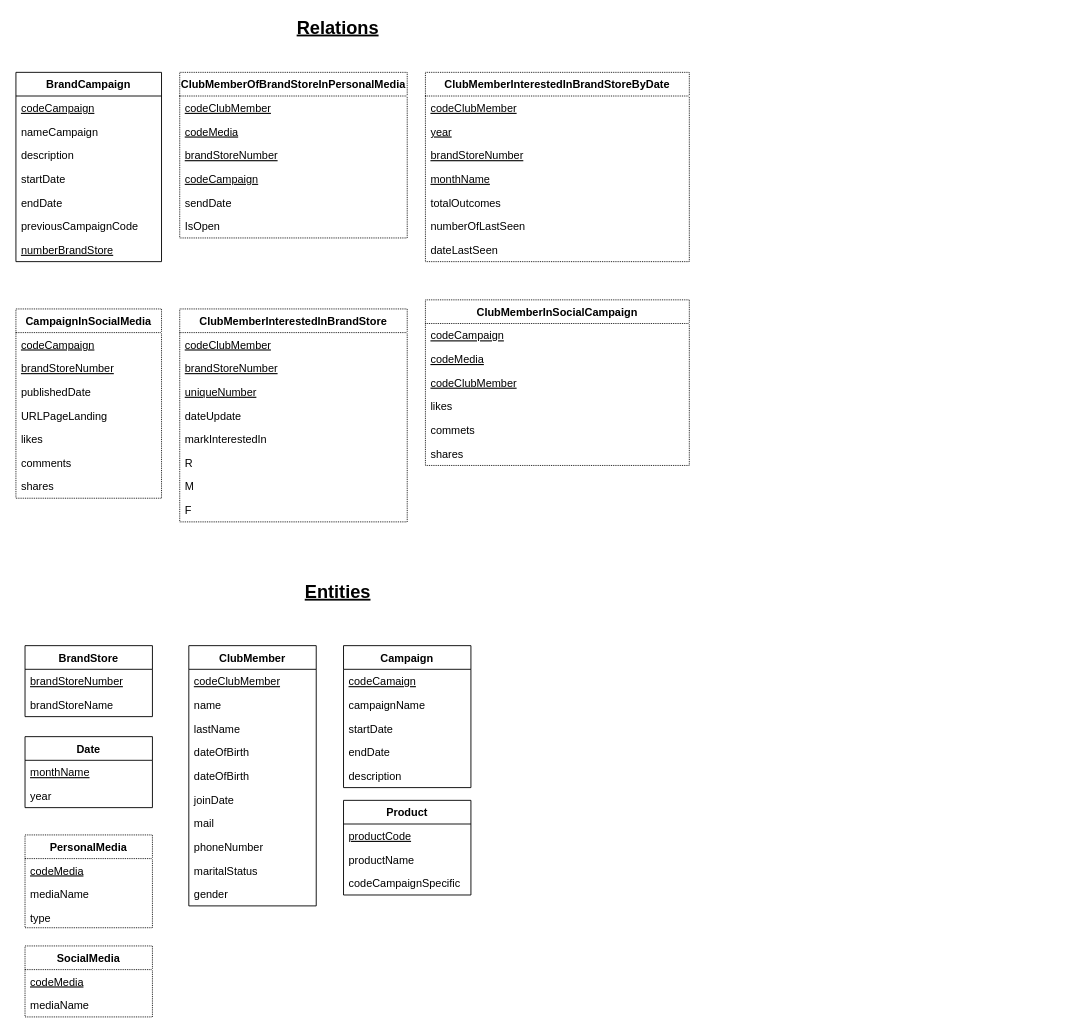
Kfir-G/DataBases-ERD_diagrams keeps this draw.io diagram as תרגיל בית 1 עד ה18.11/Tables_HW1.drawio. Above is the earlier version. Source tidied: cells renumbered, new cells numbered last; positions are measured from the earlier drawing's top-left corner, leaving out a move shared by most shapes. Both pictures are drawn from the tidied source at 91%, with x=0, y=0 at pixel (15, 17).
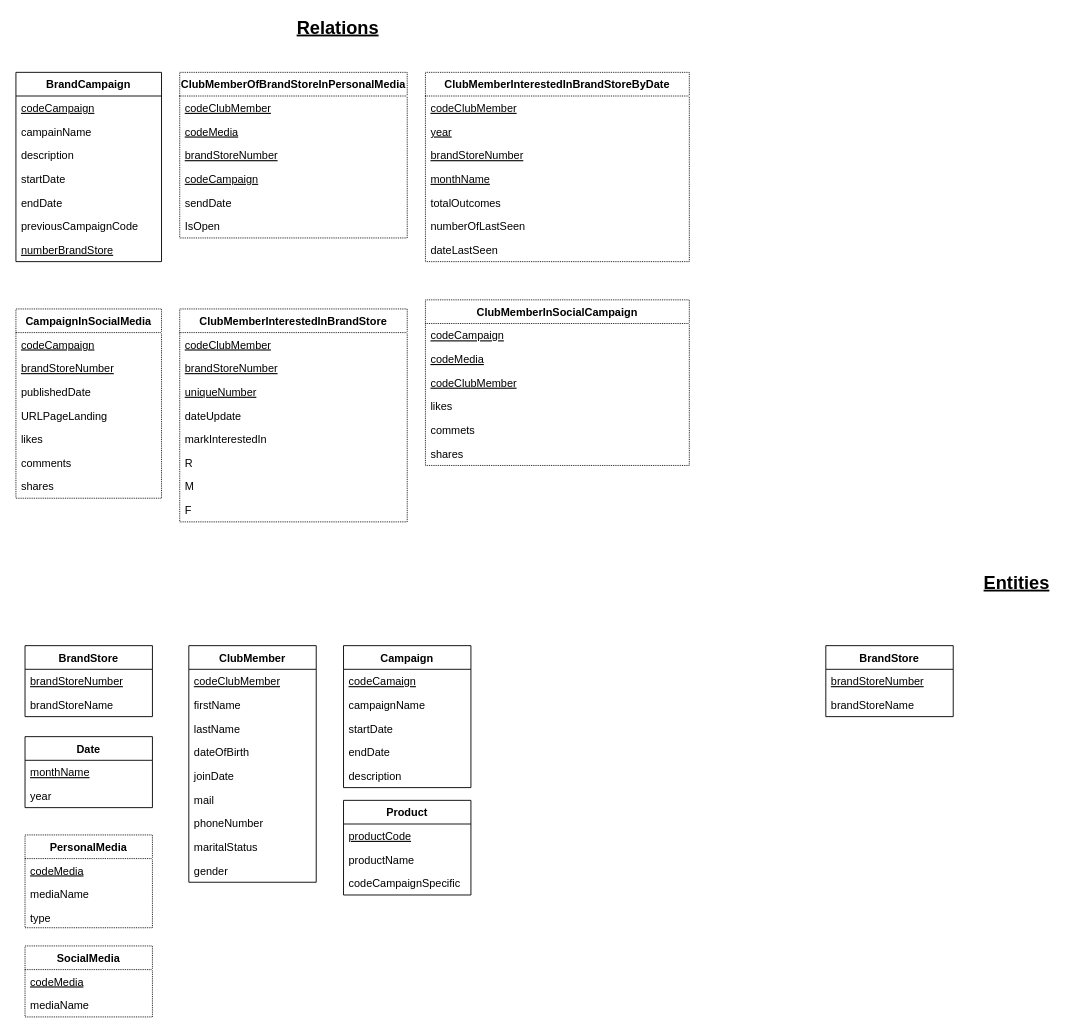
The same page after the edit.

The change refers to these unchanged cells:
```xml
<mxCell id="2" value="BrandCampaign" style="swimlane;fontStyle=1;align=center;verticalAlign=top;horizontal=1;startSize=26;" parent="1" vertex="1">
  <mxGeometry y="60" width="160" height="208" as="geometry" />
</mxCell>
```

Diff of the diagram source:
```diff
@@
-    <mxCell id="4" value="nameCampaign" style="text;strokeColor=none;fillColor=none;align=left;verticalAlign=top;spacingLeft=4;spacingRight=4;overflow=hidden;" parent="2" vertex="1">
+    <mxCell id="4" value="campainName" style="text;strokeColor=none;fillColor=none;align=left;verticalAlign=top;spacingLeft=4;spacingRight=4;overflow=hidden;" parent="2" vertex="1">
       <mxGeometry y="52" width="160" height="26" as="geometry" />
     </mxCell>
@@
     <mxCell id="50" value="&lt;font style=&quot;font-size: 20px&quot;&gt;&lt;u&gt;&lt;b&gt;Entities&lt;br&gt;&lt;/b&gt;&lt;/u&gt;&lt;/font&gt;" style="text;html=1;strokeColor=none;fillColor=none;align=center;verticalAlign=middle;whiteSpace=wrap;rounded=0;dashed=1;dashPattern=1 1;" parent="1" vertex="1">
-      <mxGeometry x="334" y="620" width="40" height="20" as="geometry" />
+      <mxGeometry x="1080" y="610" width="40" height="20" as="geometry" />
     </mxCell>
@@
     <mxCell id="54" value="ClubMember" style="swimlane;fontStyle=1;horizontal=1;startSize=26;fillColor=none;" parent="1" vertex="1">
-      <mxGeometry x="190" y="690" width="140" height="286" as="geometry" />
+      <mxGeometry x="190" y="690" width="140" height="260" as="geometry" />
     </mxCell>
@@
-    <mxCell id="56" value="name" style="text;strokeColor=none;fillColor=none;align=left;verticalAlign=top;spacingLeft=4;spacingRight=4;overflow=hidden;" parent="54" vertex="1">
+    <mxCell id="56" value="firstName" style="text;strokeColor=none;fillColor=none;align=left;verticalAlign=top;spacingLeft=4;spacingRight=4;overflow=hidden;" parent="54" vertex="1">
       <mxGeometry y="52" width="140" height="26" as="geometry" />
     </mxCell>
@@
-    <mxCell id="59" value="dateOfBirth" style="text;strokeColor=none;fillColor=none;align=left;verticalAlign=top;spacingLeft=4;spacingRight=4;overflow=hidden;" parent="54" vertex="1">
-      <mxGeometry y="130" width="140" height="26" as="geometry" />
-    </mxCell>
     <mxCell id="60" value="joinDate" style="text;strokeColor=none;fillColor=none;align=left;verticalAlign=top;spacingLeft=4;spacingRight=4;overflow=hidden;" parent="54" vertex="1">
-      <mxGeometry y="156" width="140" height="26" as="geometry" />
+      <mxGeometry y="130" width="140" height="26" as="geometry" />
     </mxCell>
     <mxCell id="61" value="mail" style="text;strokeColor=none;fillColor=none;align=left;verticalAlign=top;spacingLeft=4;spacingRight=4;overflow=hidden;" parent="54" vertex="1">
-      <mxGeometry y="182" width="140" height="26" as="geometry" />
+      <mxGeometry y="156" width="140" height="26" as="geometry" />
     </mxCell>
     <mxCell id="62" value="phoneNumber" style="text;strokeColor=none;fillColor=none;align=left;verticalAlign=top;spacingLeft=4;spacingRight=4;overflow=hidden;" parent="54" vertex="1">
-      <mxGeometry y="208" width="140" height="26" as="geometry" />
+      <mxGeometry y="182" width="140" height="26" as="geometry" />
     </mxCell>
     <mxCell id="63" value="maritalStatus" style="text;strokeColor=none;fillColor=none;align=left;verticalAlign=top;spacingLeft=4;spacingRight=4;overflow=hidden;" parent="54" vertex="1">
-      <mxGeometry y="234" width="140" height="26" as="geometry" />
+      <mxGeometry y="208" width="140" height="26" as="geometry" />
     </mxCell>
     <mxCell id="64" value="gender" style="text;strokeColor=none;fillColor=none;align=left;verticalAlign=top;spacingLeft=4;spacingRight=4;overflow=hidden;" parent="54" vertex="1">
-      <mxGeometry y="260" width="140" height="26" as="geometry" />
+      <mxGeometry y="234" width="140" height="26" as="geometry" />
     </mxCell>
@@
+    <mxCell id="85" value="BrandStore" style="swimlane;fontStyle=1;horizontal=1;startSize=26;fillColor=none;" parent="1" vertex="1">
+      <mxGeometry x="890" y="690" width="140" height="78" as="geometry" />
+    </mxCell>
+    <mxCell id="86" value="brandStoreNumber" style="text;strokeColor=none;fillColor=none;align=left;verticalAlign=top;spacingLeft=4;spacingRight=4;overflow=hidden;fontStyle=4;" parent="85" vertex="1">
+      <mxGeometry y="26" width="140" height="26" as="geometry" />
+    </mxCell>
+    <mxCell id="87" value="brandStoreName" style="text;strokeColor=none;fillColor=none;align=left;verticalAlign=top;spacingLeft=4;spacingRight=4;overflow=hidden;" parent="85" vertex="1">
+      <mxGeometry y="52" width="140" height="26" as="geometry" />
+    </mxCell>
```
